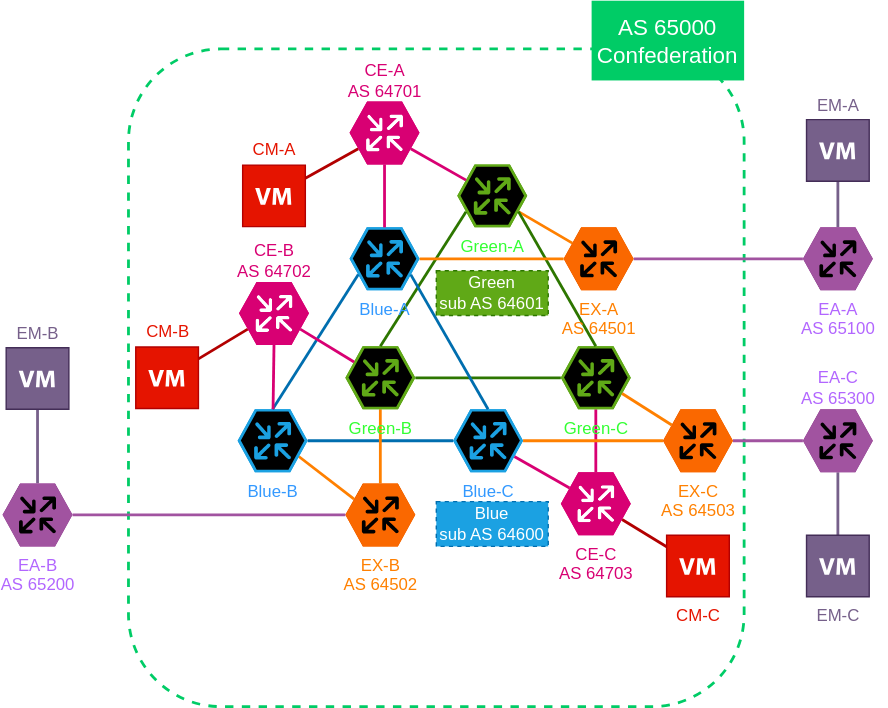
Earlier version of the draw.io export memo/topo.svg (Sabaniki/bg-switcher). Source tidied: cells renumbered, new cells last; positions are measured from the earlier drawing's top-left corner, leaving out a move shared by most shapes.
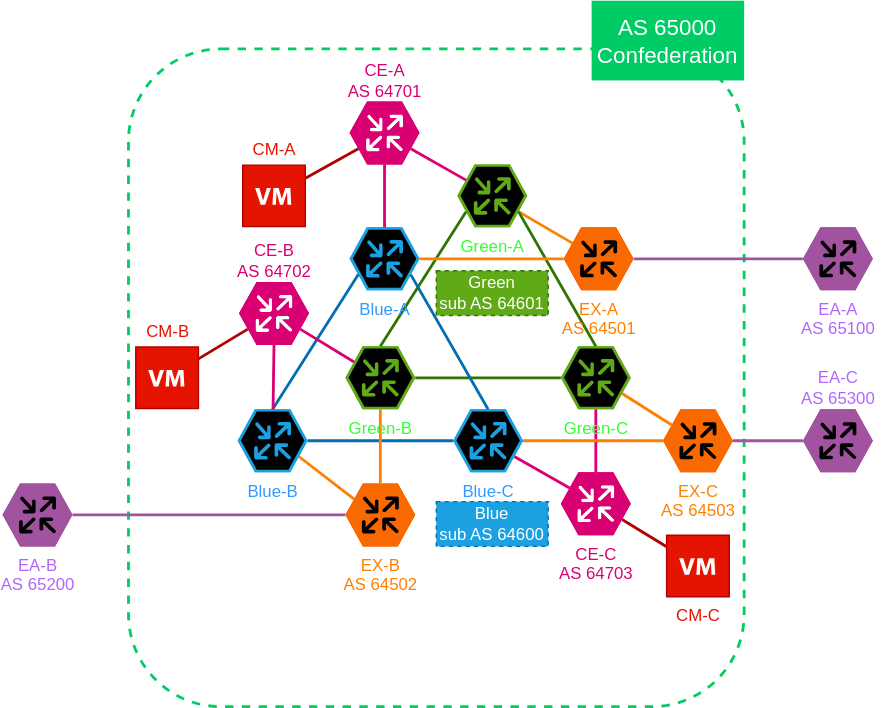
Later version of the same file.

Commit message:
testbed topology all created!

Diff of the diagram source:
```diff
@@ -83,25 +83,12 @@
     <mxCell id="28" value="&lt;font color=&quot;#ffffff&quot; style=&quot;font-size: 16px&quot;&gt;AS 65000&lt;br&gt;Confederation&lt;br&gt;&lt;/font&gt;" style="text;html=1;strokeColor=none;fillColor=#00CC66;align=center;verticalAlign=middle;whiteSpace=wrap;rounded=0;dashed=1;fontColor=#FF8000;direction=east;" parent="1" vertex="1">
       <mxGeometry x="421" width="109" height="57" as="geometry" />
     </mxCell>
-    <mxCell id="29" style="edgeStyle=none;html=1;exitX=0.5;exitY=0;exitDx=0;exitDy=0;exitPerimeter=0;fontSize=12;fontColor=none;endArrow=none;endFill=0;strokeColor=#76608A;strokeWidth=2;" parent="1" edge="1" target="54">
-      <mxGeometry relative="1" as="geometry">
-        <mxPoint x="597" y="162" as="sourcePoint" />
-      </mxGeometry>
-    </mxCell>
-    <mxCell id="30" style="edgeStyle=none;html=1;exitX=0.5;exitY=1;exitDx=0;exitDy=0;exitPerimeter=0;fontSize=12;fontColor=none;endArrow=none;endFill=0;strokeColor=#76608A;strokeWidth=2;" parent="1" edge="1" source="31" target="55">
-      <mxGeometry relative="1" as="geometry" />
-    </mxCell>
     <mxCell id="31" style="verticalLabelPosition=bottom;sketch=0;html=1;fillColor=#A153A0;strokeColor=default;verticalAlign=top;align=center;points=[[0,0.5,0],[0.125,0.25,0],[0.25,0,0],[0.5,0,0],[0.75,0,0],[0.875,0.25,0],[1,0.5,0],[0.875,0.75,0],[0.75,1,0],[0.5,1,0],[0.125,0.75,0]];shape=mxgraph.cisco_safe.compositeIcon;bgIcon=mxgraph.cisco_safe.design.blank_device;resIcon=mxgraph.cisco_safe.design.router;dashed=1;fontSize=18;fontColor=#FFFFFF;direction=east;" parent="1" vertex="1">
       <mxGeometry x="572" y="292" width="50" height="45" as="geometry" />
     </mxCell>
     <mxCell id="32" style="edgeStyle=none;html=1;exitX=1;exitY=0.5;exitDx=0;exitDy=0;exitPerimeter=0;entryX=0;entryY=0.5;entryDx=0;entryDy=0;entryPerimeter=0;fontSize=16;fontColor=#B266FF;endArrow=none;endFill=0;strokeWidth=2;strokeColor=#A153A0;" parent="1" edge="1" source="60" target="19">
       <mxGeometry relative="1" as="geometry" />
     </mxCell>
-    <mxCell id="33" style="edgeStyle=none;html=1;exitX=0.5;exitY=0;exitDx=0;exitDy=0;exitPerimeter=0;fontSize=12;fontColor=none;endArrow=none;endFill=0;strokeColor=#76608A;strokeWidth=2;fillColor=#76608a;" parent="1" edge="1" target="52">
-      <mxGeometry relative="1" as="geometry">
-        <mxPoint x="25" y="345" as="sourcePoint" />
-      </mxGeometry>
-    </mxCell>
     <mxCell id="34" value="&lt;font color=&quot;#ffffff&quot; style=&quot;font-size: 12px&quot;&gt;&lt;span&gt;Green&lt;br&gt;sub AS 64601&lt;br&gt;&lt;/span&gt;&lt;/font&gt;" style="text;html=1;strokeColor=#2D7600;fillColor=#60a917;align=center;verticalAlign=middle;whiteSpace=wrap;rounded=0;dashed=1;fontColor=#ffffff;direction=east;" parent="1" vertex="1">
       <mxGeometry x="310" y="193" width="80" height="32" as="geometry" />
     </mxCell>
@@ -156,27 +143,12 @@
     <mxCell id="51" value="&lt;font color=&quot;#e51400&quot;&gt;CM-B&lt;br&gt;&lt;/font&gt;" style="text;html=1;align=center;verticalAlign=middle;strokeColor=none;fillColor=none;fontSize=12;fontColor=#D80073;" parent="1" vertex="1">
       <mxGeometry x="92.6" y="227" width="50" height="20" as="geometry" />
     </mxCell>
-    <mxCell id="52" style="shadow=0;dashed=0;html=1;strokeColor=#432D57;fillColor=#76608a;labelPosition=center;verticalLabelPosition=bottom;verticalAlign=top;align=center;outlineConnect=0;shape=mxgraph.veeam.2d.virtual_machine;fontSize=12;fontColor=#ffffff;noLabel=1;" parent="1" vertex="1">
-      <mxGeometry x="2.6" y="248" width="44.8" height="44" as="geometry" />
-    </mxCell>
     <mxCell id="53" value="&lt;span style=&quot;color: rgb(178 , 102 , 255)&quot;&gt;&lt;font style=&quot;font-size: 12px&quot;&gt;EA-C&lt;br&gt;AS 65300&lt;/font&gt;&lt;/span&gt;" style="text;html=1;align=center;verticalAlign=middle;strokeColor=none;fillColor=none;fontSize=12;fontColor=none;" parent="1" vertex="1">
       <mxGeometry x="562" y="262" width="70" height="30" as="geometry" />
     </mxCell>
-    <mxCell id="54" style="shadow=0;dashed=0;html=1;strokeColor=#432D57;fillColor=#76608a;labelPosition=center;verticalLabelPosition=bottom;verticalAlign=top;align=center;outlineConnect=0;shape=mxgraph.veeam.2d.virtual_machine;fontSize=12;fontColor=#ffffff;noLabel=1;" parent="1" vertex="1">
-      <mxGeometry x="574.6" y="85" width="44.8" height="44" as="geometry" />
-    </mxCell>
-    <mxCell id="55" value="&lt;font color=&quot;#76608a&quot;&gt;EM-C&lt;/font&gt;" style="shadow=0;dashed=0;html=1;strokeColor=#432D57;fillColor=#76608a;labelPosition=center;verticalLabelPosition=bottom;verticalAlign=top;align=center;outlineConnect=0;shape=mxgraph.veeam.2d.virtual_machine;fontSize=12;fontColor=default;" parent="1" vertex="1">
-      <mxGeometry x="574.6" y="382" width="44.8" height="44" as="geometry" />
-    </mxCell>
     <mxCell id="56" value="&lt;span style=&quot;&quot;&gt;CM-C&lt;/span&gt;" style="shadow=0;dashed=0;html=1;strokeColor=#B20000;fillColor=#e51400;labelPosition=center;verticalLabelPosition=bottom;verticalAlign=top;align=center;outlineConnect=0;shape=mxgraph.veeam.2d.virtual_machine;fontSize=12;fontColor=#E51400;" parent="1" vertex="1">
       <mxGeometry x="474.6" y="382" width="44.8" height="44" as="geometry" />
     </mxCell>
-    <mxCell id="57" value="&lt;font color=&quot;#76608a&quot;&gt;EM-A&lt;/font&gt;" style="text;html=1;align=center;verticalAlign=middle;strokeColor=none;fillColor=none;fontSize=12;fontColor=#D80073;" parent="1" vertex="1">
-      <mxGeometry x="572" y="65" width="50" height="20" as="geometry" />
-    </mxCell>
-    <mxCell id="58" value="&lt;font color=&quot;#76608a&quot;&gt;EM-B&lt;/font&gt;" style="text;html=1;align=center;verticalAlign=middle;strokeColor=none;fillColor=none;fontSize=12;fontColor=#D80073;" parent="1" vertex="1">
-      <mxGeometry y="228" width="50" height="20" as="geometry" />
-    </mxCell>
     <mxCell id="59" value="&lt;font color=&quot;#b266ff&quot;&gt;EA-A&lt;br&gt;AS 65100&lt;/font&gt;" style="verticalLabelPosition=bottom;sketch=0;html=1;fillColor=#A153A0;strokeColor=default;verticalAlign=top;align=center;points=[[0,0.5,0],[0.125,0.25,0],[0.25,0,0],[0.5,0,0],[0.75,0,0],[0.875,0.25,0],[1,0.5,0],[0.875,0.75,0],[0.75,1,0],[0.5,1,0],[0.125,0.75,0]];shape=mxgraph.cisco_safe.compositeIcon;bgIcon=mxgraph.cisco_safe.design.blank_device;resIcon=mxgraph.cisco_safe.design.router;fontSize=12;" parent="1" vertex="1">
       <mxGeometry x="572" y="162" width="50" height="45" as="geometry" />
     </mxCell>
```
